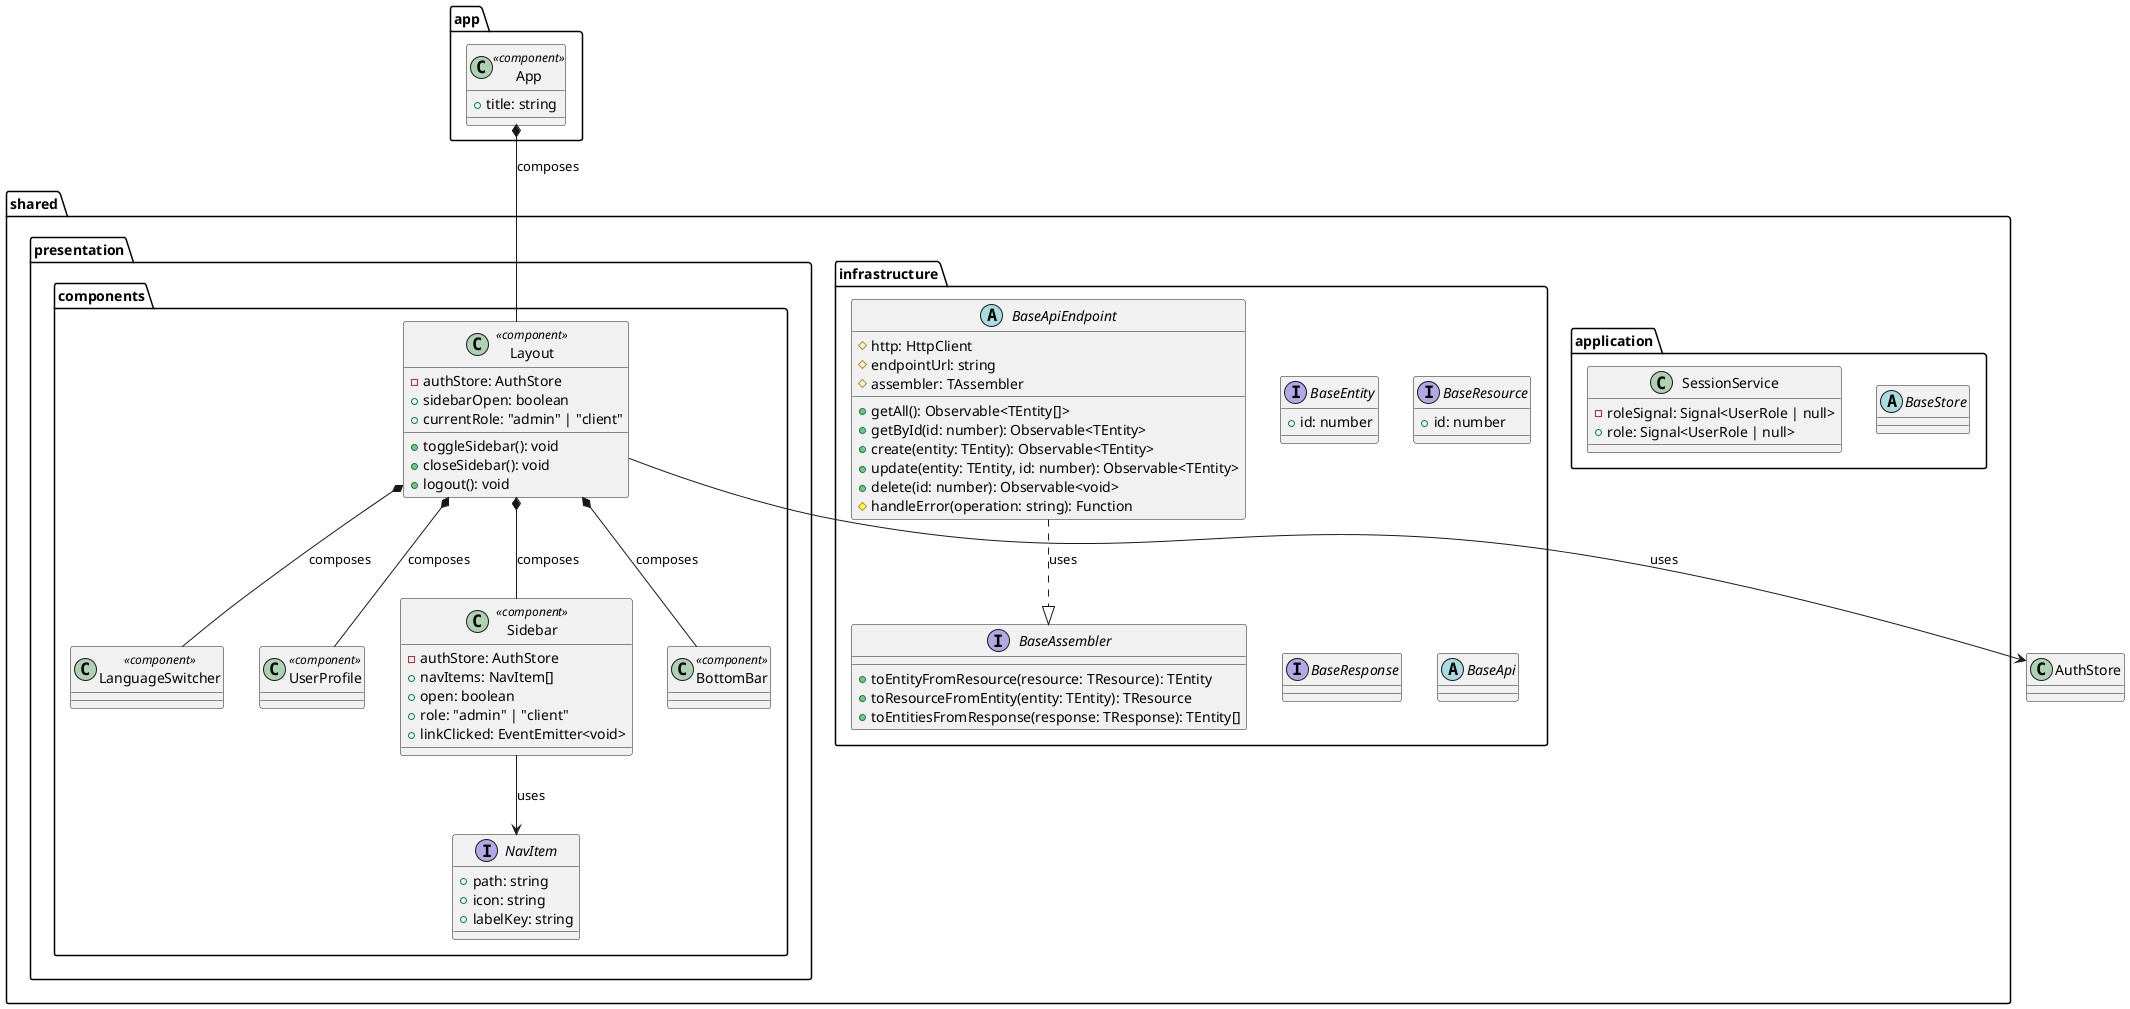
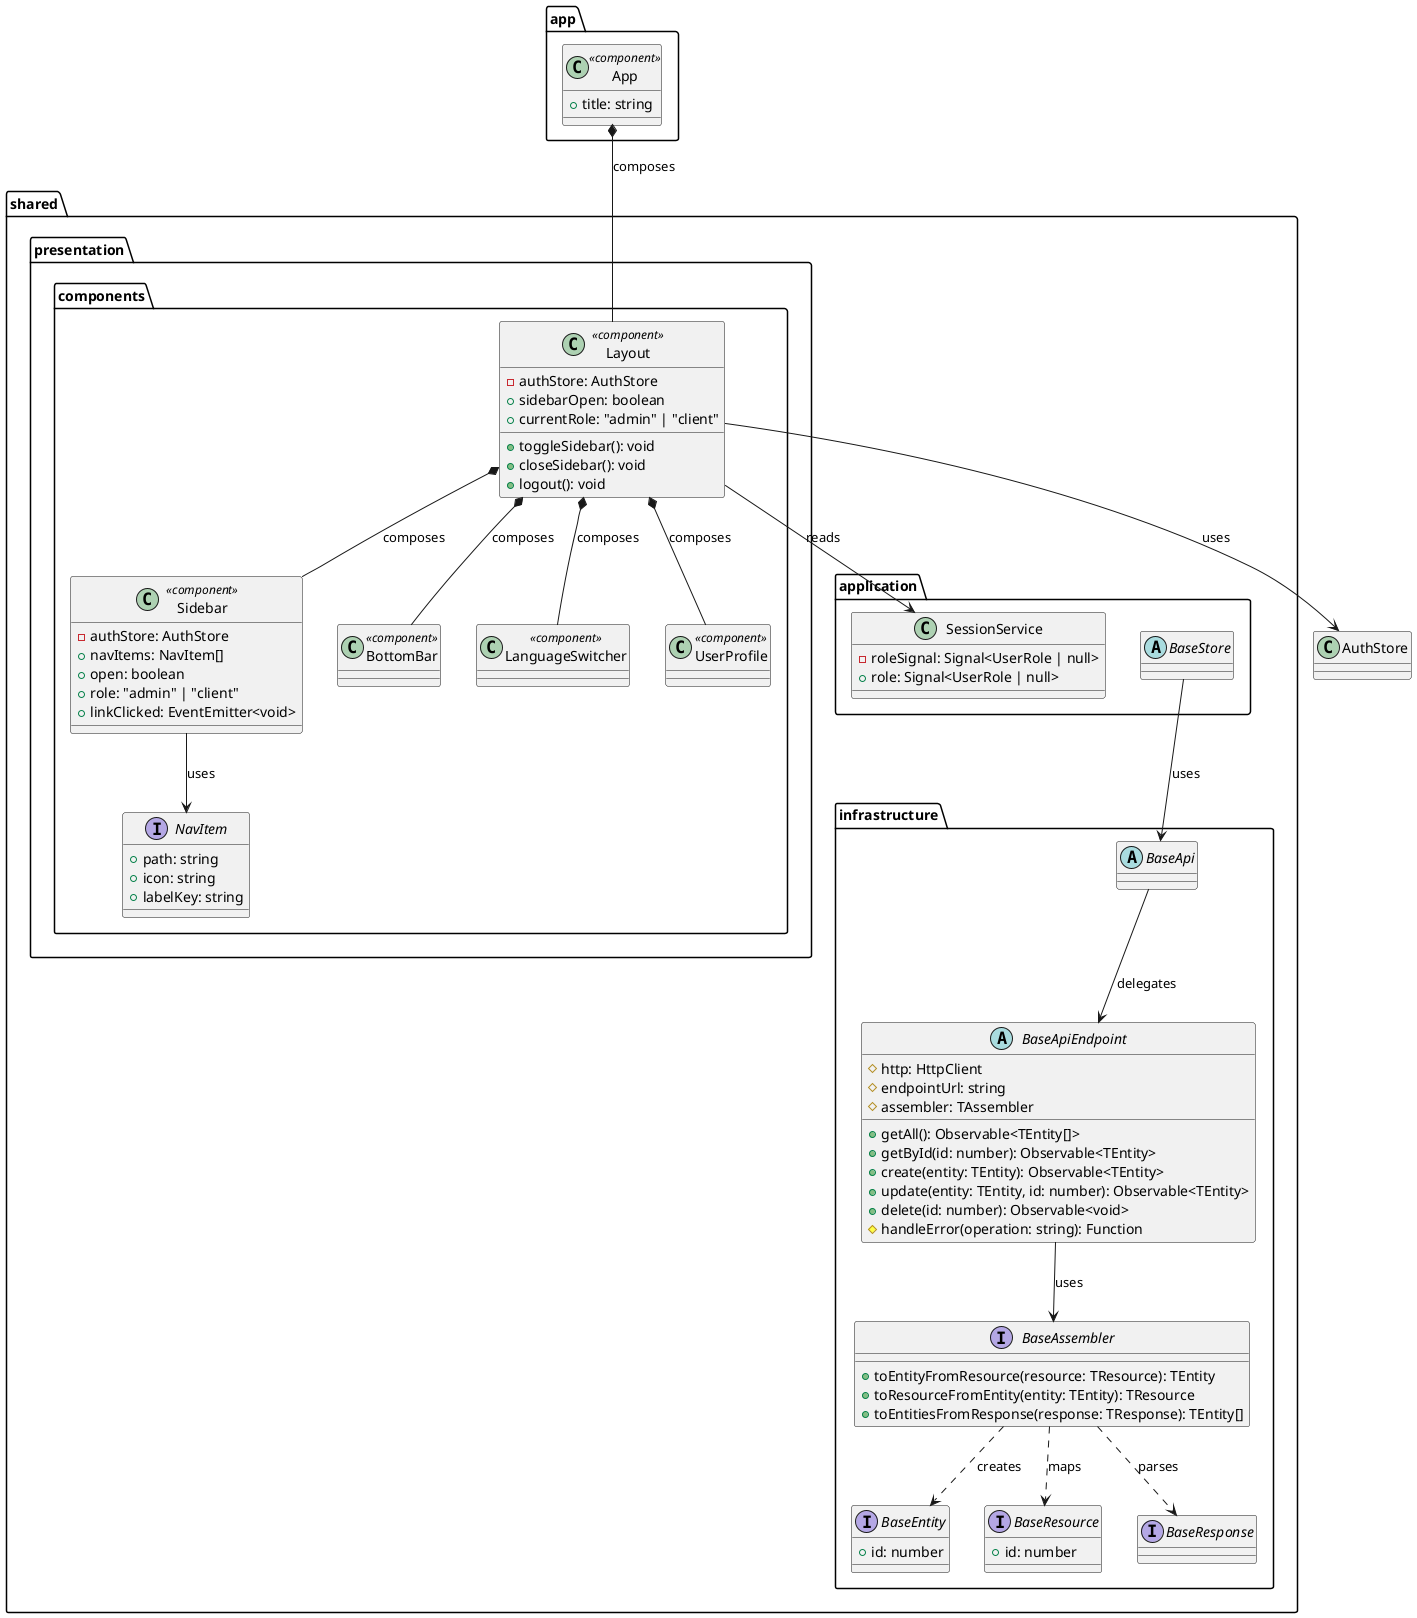
@startuml BC-00_Shared

package "app" {
  class App <<component>> {
    + title: string
  }
}

package "shared.application" {
  abstract class BaseStore {
  }

  class SessionService {
    - roleSignal: Signal<UserRole | null>
    + role: Signal<UserRole | null>
  }
}

package "shared.infrastructure" {
  interface BaseEntity {
    + id: number
  }

  interface BaseResource {
    + id: number
  }

  interface BaseResponse {
  }

  interface BaseAssembler {
    + toEntityFromResource(resource: TResource): TEntity
    + toResourceFromEntity(entity: TEntity): TResource
    + toEntitiesFromResponse(response: TResponse): TEntity[]
  }

  abstract class BaseApi {
  }

  abstract class BaseApiEndpoint {
    # http: HttpClient
    # endpointUrl: string
    # assembler: TAssembler
    + getAll(): Observable<TEntity[]>
    + getById(id: number): Observable<TEntity>
    + create(entity: TEntity): Observable<TEntity>
    + update(entity: TEntity, id: number): Observable<TEntity>
    + delete(id: number): Observable<void>
    # handleError(operation: string): Function
  }
}

package "shared.presentation.components" {
  class Layout <<component>> {
    - authStore: AuthStore
    + sidebarOpen: boolean
    + currentRole: "admin" | "client"
    + toggleSidebar(): void
    + closeSidebar(): void
    + logout(): void
  }

  class Sidebar <<component>> {
    - authStore: AuthStore
    + navItems: NavItem[]
    + open: boolean
    + role: "admin" | "client"
    + linkClicked: EventEmitter<void>
  }

  class BottomBar <<component>> {
  }

  class LanguageSwitcher <<component>> {
  }

  class UserProfile <<component>> {
  }

  interface NavItem {
    + path: string
    + icon: string
    + labelKey: string
  }
}

App *-- Layout : composes
Layout *-- Sidebar : composes
Layout *-- BottomBar : composes
Layout *-- UserProfile : composes
Layout *-- LanguageSwitcher : composes
Layout --> AuthStore : uses
+ Layout --> SessionService : reads
Sidebar --> NavItem : uses
- BaseApiEndpoint ..|> BaseAssembler : uses
+ BaseStore --> BaseApi : uses
+ BaseApi --> BaseApiEndpoint : delegates
+ BaseApiEndpoint --> BaseAssembler : uses
+ BaseAssembler ..> BaseEntity : creates
+ BaseAssembler ..> BaseResource : maps
+ BaseAssembler ..> BaseResponse : parses

@enduml
